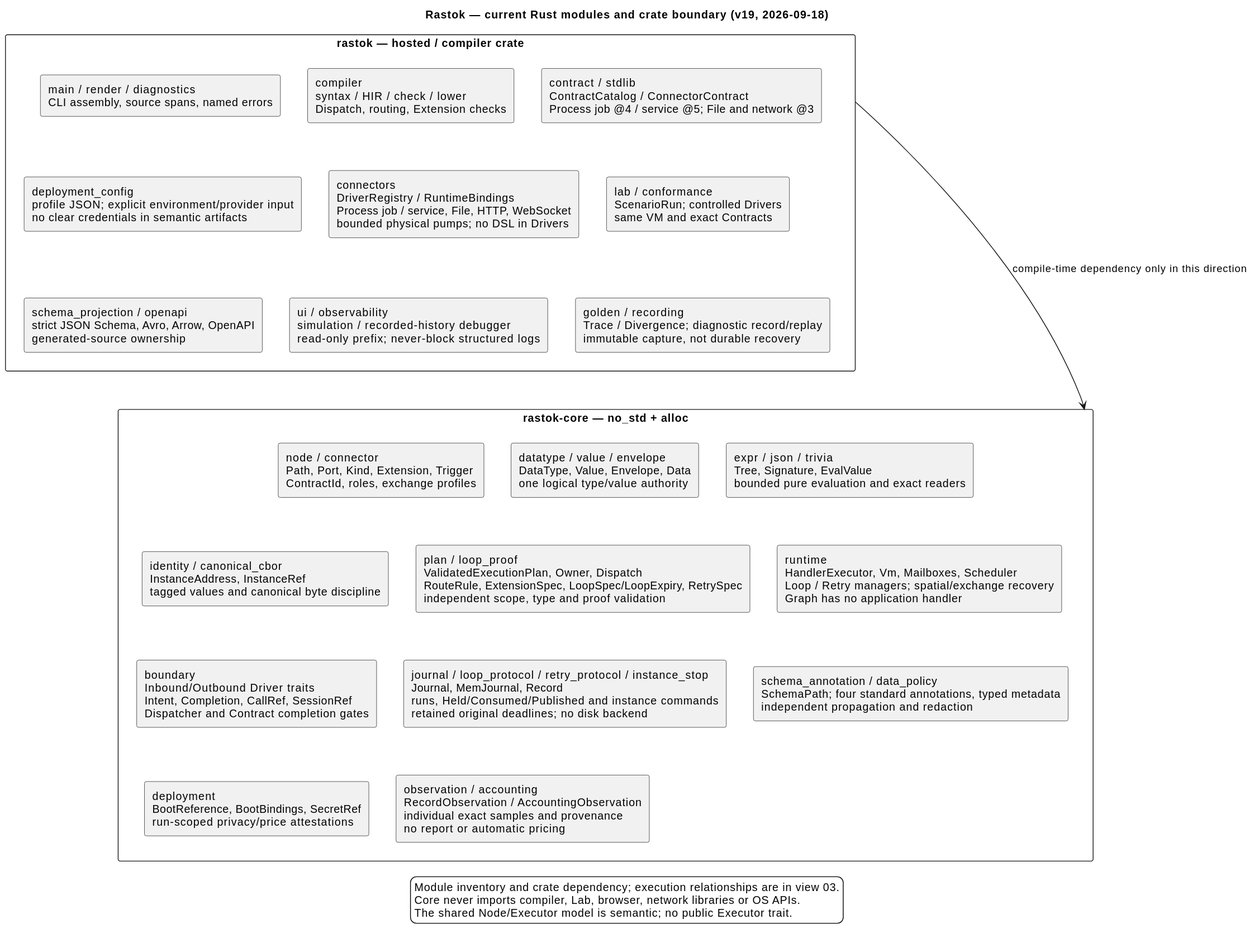
Before: docs/architecture/06-rastok-modules-overview.svg, a diagram exported from PlantUML (rastok-io/rastok). Source of this version:
```plantuml
@startuml
skinparam backgroundColor white
skinparam shadowing false
skinparam packageStyle rectangle
top to bottom direction
title Rastok — current Rust modules and crate boundary (v19, 2026-09-18)

package "rastok — hosted / compiler crate" as HOSTED {
  rectangle "main / render / diagnostics\nCLI assembly, source spans, named errors" as ENTRY
  rectangle "compiler\nsyntax / HIR / check / lower\nDispatch, routing, Extension checks" as COMP
  rectangle "contract / stdlib\nContractCatalog / ConnectorContract\nProcess job @4 / service @5; File and network @3" as CATALOG
  rectangle "schema_projection / openapi\nstrict JSON Schema, Avro, Arrow, OpenAPI\ngenerated-source ownership" as SCHEMA
  rectangle "connectors\nDriverRegistry / RuntimeBindings\nProcess job / service, File, HTTP, WebSocket\nbounded physical pumps; no DSL in Drivers" as DRIVERS
  rectangle "deployment_config\nprofile JSON; explicit environment/provider input\nno clear credentials in semantic artifacts" as CONFIG
  rectangle "lab / conformance\nScenarioRun; controlled Drivers\nsame VM and exact Contracts" as LAB
  rectangle "ui / observability\nsimulation / recorded-history debugger\nread-only prefix; never-block structured logs" as UI
  rectangle "golden / recording\nTrace / Divergence; diagnostic record/replay\nimmutable capture, not durable recovery" as GOLDEN
}

package "rastok-core — no_std + alloc" as CORE {
  rectangle "node / connector\nPath, Port, Kind, Extension, Trigger\nContractId, roles, exchange profiles" as NODE
  rectangle "datatype / value / envelope\nDataType, Value, Envelope, Data\none logical type/value authority" as DATA
  rectangle "expr / json / trivia\nTree, Signature, EvalValue\nbounded pure evaluation and exact readers" as EXPR
  rectangle "identity / canonical_cbor\nInstanceAddress, InstanceRef\ntagged values and canonical byte discipline" as IDENTITY
  rectangle "plan / loop_proof\nValidatedExecutionPlan, Owner, Dispatch\nRouteRule, ExtensionSpec, LoopSpec/LoopExpiry, RetrySpec\nindependent scope, type and proof validation" as PLAN
  rectangle "runtime\nHandlerExecutor, Vm, Mailboxes, Scheduler\nLoop / Retry managers; spatial/exchange recovery\nGraph has no application handler" as VM
  rectangle "boundary\nInbound/Outbound Driver traits\nIntent, Completion, CallRef, SessionRef\nDispatcher and Contract completion gates" as BOUNDARY
  rectangle "journal / loop_protocol / retry_protocol / instance_stop\nJournal, MemJournal, Record\nruns, Held/Consumed/Published and instance commands\nretained original deadlines; no disk backend" as JOURNAL
  rectangle "schema_annotation / data_policy\nSchemaPath; four standard annotations, typed metadata\nindependent propagation and redaction" as POLICY
  rectangle "deployment\nBootReference, BootBindings, SecretRef\nrun-scoped privacy/price attestations" as DEPLOY
  rectangle "observation / accounting\nRecordObservation / AccountingObservation\nindividual exact samples and provenance\nno report or automatic pricing" as REPORT
}

ENTRY -[hidden]right-> COMP
COMP -[hidden]right-> CATALOG
ENTRY -[hidden]down-> CONFIG
CONFIG -[hidden]right-> DRIVERS
DRIVERS -[hidden]right-> LAB
CONFIG -[hidden]down-> SCHEMA
SCHEMA -[hidden]right-> UI
UI -[hidden]right-> GOLDEN
GOLDEN -[hidden]down-> NODE
NODE -[hidden]right-> DATA
DATA -[hidden]right-> EXPR
NODE -[hidden]down-> IDENTITY
IDENTITY -[hidden]right-> PLAN
PLAN -[hidden]right-> VM
IDENTITY -[hidden]down-> BOUNDARY
BOUNDARY -[hidden]right-> JOURNAL
JOURNAL -[hidden]right-> POLICY
BOUNDARY -[hidden]down-> DEPLOY
DEPLOY -[hidden]right-> REPORT

HOSTED -down-> CORE : compile-time dependency only in this direction

legend bottom
Module inventory and crate dependency; execution relationships are in view 03.
Core never imports compiler, Lab, browser, network libraries or OS APIs.
The shared Node/Executor model is semantic; no public Executor trait.
endlegend
@enduml
```
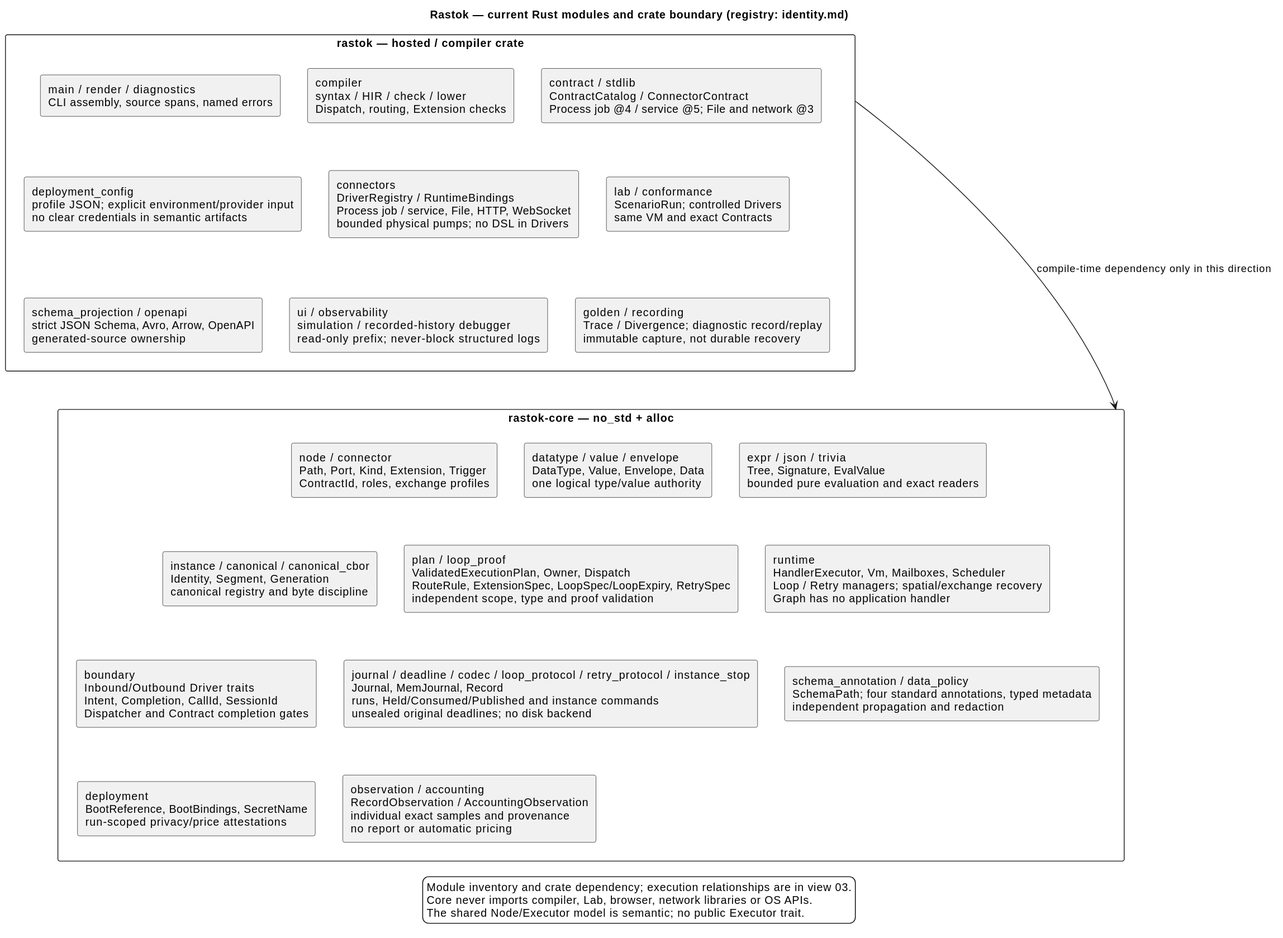
Above is the later version.

The edit, as a diff of the source:
```diff
@@ -3,7 +3,7 @@
 skinparam shadowing false
 skinparam packageStyle rectangle
 top to bottom direction
-title Rastok — current Rust modules and crate boundary (v19, 2026-09-18)
+title Rastok — current Rust modules and crate boundary (registry: identity.md)
 
 package "rastok — hosted / compiler crate" as HOSTED {
   rectangle "main / render / diagnostics\nCLI assembly, source spans, named errors" as ENTRY
@@ -21,13 +21,13 @@
   rectangle "node / connector\nPath, Port, Kind, Extension, Trigger\nContractId, roles, exchange profiles" as NODE
   rectangle "datatype / value / envelope\nDataType, Value, Envelope, Data\none logical type/value authority" as DATA
   rectangle "expr / json / trivia\nTree, Signature, EvalValue\nbounded pure evaluation and exact readers" as EXPR
-  rectangle "identity / canonical_cbor\nInstanceAddress, InstanceRef\ntagged values and canonical byte discipline" as IDENTITY
+  rectangle "instance / canonical / canonical_cbor\nIdentity, Segment, Generation\ncanonical registry and byte discipline" as IDENTITY
   rectangle "plan / loop_proof\nValidatedExecutionPlan, Owner, Dispatch\nRouteRule, ExtensionSpec, LoopSpec/LoopExpiry, RetrySpec\nindependent scope, type and proof validation" as PLAN
   rectangle "runtime\nHandlerExecutor, Vm, Mailboxes, Scheduler\nLoop / Retry managers; spatial/exchange recovery\nGraph has no application handler" as VM
-  rectangle "boundary\nInbound/Outbound Driver traits\nIntent, Completion, CallRef, SessionRef\nDispatcher and Contract completion gates" as BOUNDARY
-  rectangle "journal / loop_protocol / retry_protocol / instance_stop\nJournal, MemJournal, Record\nruns, Held/Consumed/Published and instance commands\nretained original deadlines; no disk backend" as JOURNAL
+  rectangle "boundary\nInbound/Outbound Driver traits\nIntent, Completion, CallId, SessionId\nDispatcher and Contract completion gates" as BOUNDARY
+  rectangle "journal / deadline / codec / loop_protocol / retry_protocol / instance_stop\nJournal, MemJournal, Record\nruns, Held/Consumed/Published and instance commands\nunsealed original deadlines; no disk backend" as JOURNAL
   rectangle "schema_annotation / data_policy\nSchemaPath; four standard annotations, typed metadata\nindependent propagation and redaction" as POLICY
-  rectangle "deployment\nBootReference, BootBindings, SecretRef\nrun-scoped privacy/price attestations" as DEPLOY
+  rectangle "deployment\nBootReference, BootBindings, SecretName\nrun-scoped privacy/price attestations" as DEPLOY
   rectangle "observation / accounting\nRecordObservation / AccountingObservation\nindividual exact samples and provenance\nno report or automatic pricing" as REPORT
 }
 
```
